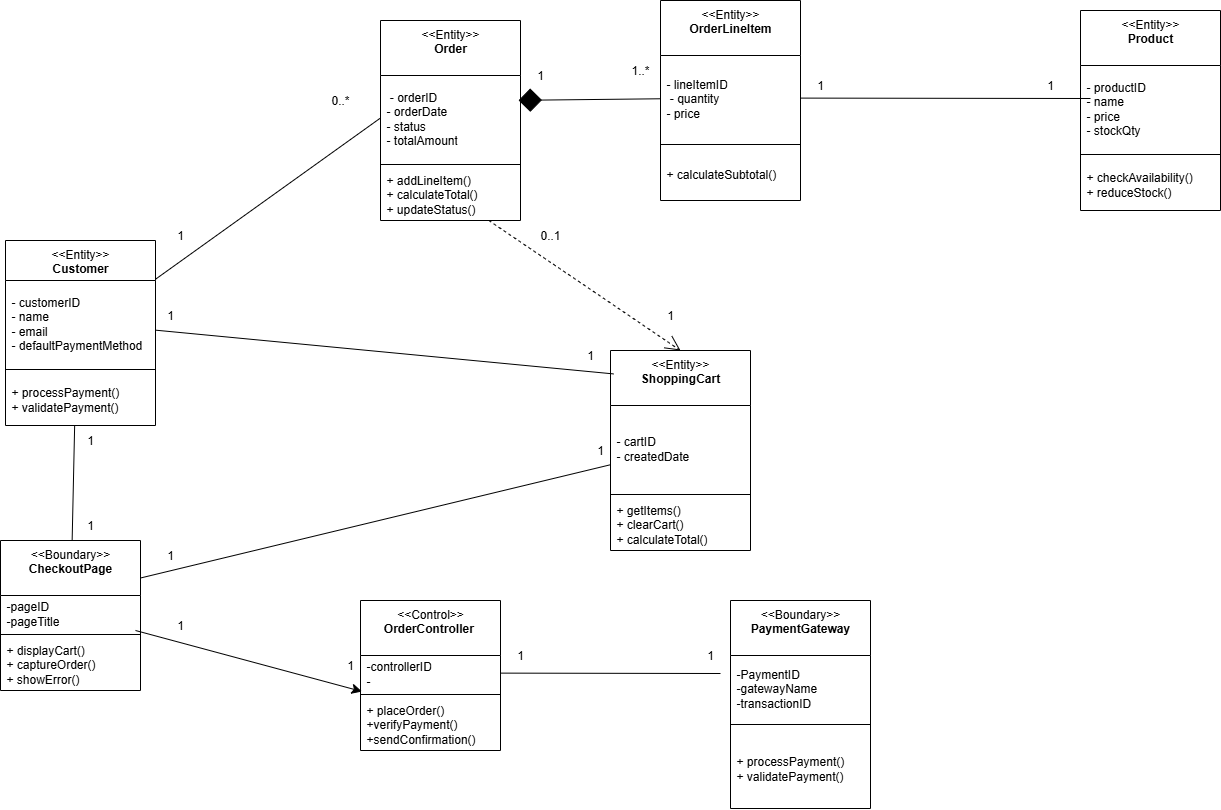
This is ClassdiagramofPlatform.drawio.png from VeliTsabedze/Class-Diagrams, a draw.io export, as it was before one commit. Source tidied: cells renumbered, new cells last; positions are measured from the earlier drawing's top-left corner, leaving out a move shared by most shapes.
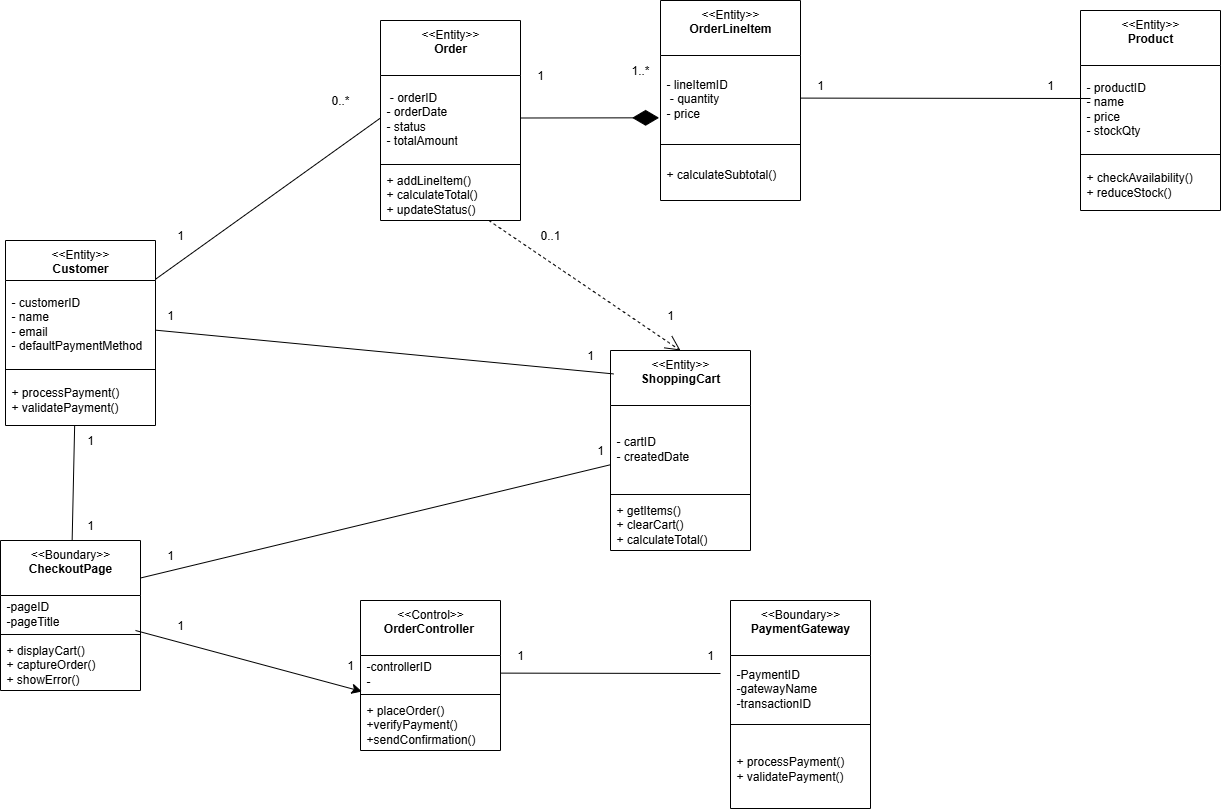
Later version of the same file.

The edit, as a diff of the source:
```diff
@@ -104,9 +104,6 @@
     <mxCell id="35" style="endArrow=none;html=1;rounded=0;fontSize=12;startSize=8;endSize=8;curved=1;entryX=0.461;entryY=1;entryDx=0;entryDy=0;entryPerimeter=0;endFill=0;" parent="1" edge="1" source="2" target="18">
       <mxGeometry relative="1" as="geometry" />
     </mxCell>
-    <mxCell id="36" style="edgeStyle=none;curved=1;rounded=0;jettySize=auto;html=1;entryX=0.986;entryY=0.292;entryDx=0;entryDy=0;entryPerimeter=0;fontSize=12;startSize=8;endSize=21;endArrow=diamond;endFill=1;" parent="1" edge="1" source="24" target="20">
-      <mxGeometry relative="1" as="geometry" />
-    </mxCell>
     <mxCell id="37" style="edgeStyle=none;curved=1;rounded=0;jettySize=auto;html=1;entryX=0.021;entryY=0.117;entryDx=0;entryDy=0;entryPerimeter=0;fontSize=12;startSize=8;endSize=8;endArrow=none;endFill=0;" parent="1" edge="1" source="16" target="27">
       <mxGeometry relative="1" as="geometry" />
     </mxCell>
@@ -183,5 +180,8 @@
     <mxCell id="60" value="1" style="text;html=1;align=center;verticalAlign=middle;whiteSpace=wrap;rounded=0;" parent="1" vertex="1">
       <mxGeometry x="60" y="510" width="60" height="30" as="geometry" />
     </mxCell>
+    <mxCell id="61" style="edgeStyle=none;curved=1;rounded=0;jettySize=auto;html=1;exitX=1;exitY=0.5;exitDx=0;exitDy=0;entryX=-0.01;entryY=0.733;entryDx=0;entryDy=0;entryPerimeter=0;fontSize=12;startSize=8;endSize=24;endArrow=diamondThin;endFill=1;" parent="1" edge="1" source="20" target="24">
+      <mxGeometry relative="1" as="geometry" />
+    </mxCell>
   </root>
 </mxGraphModel>
```
